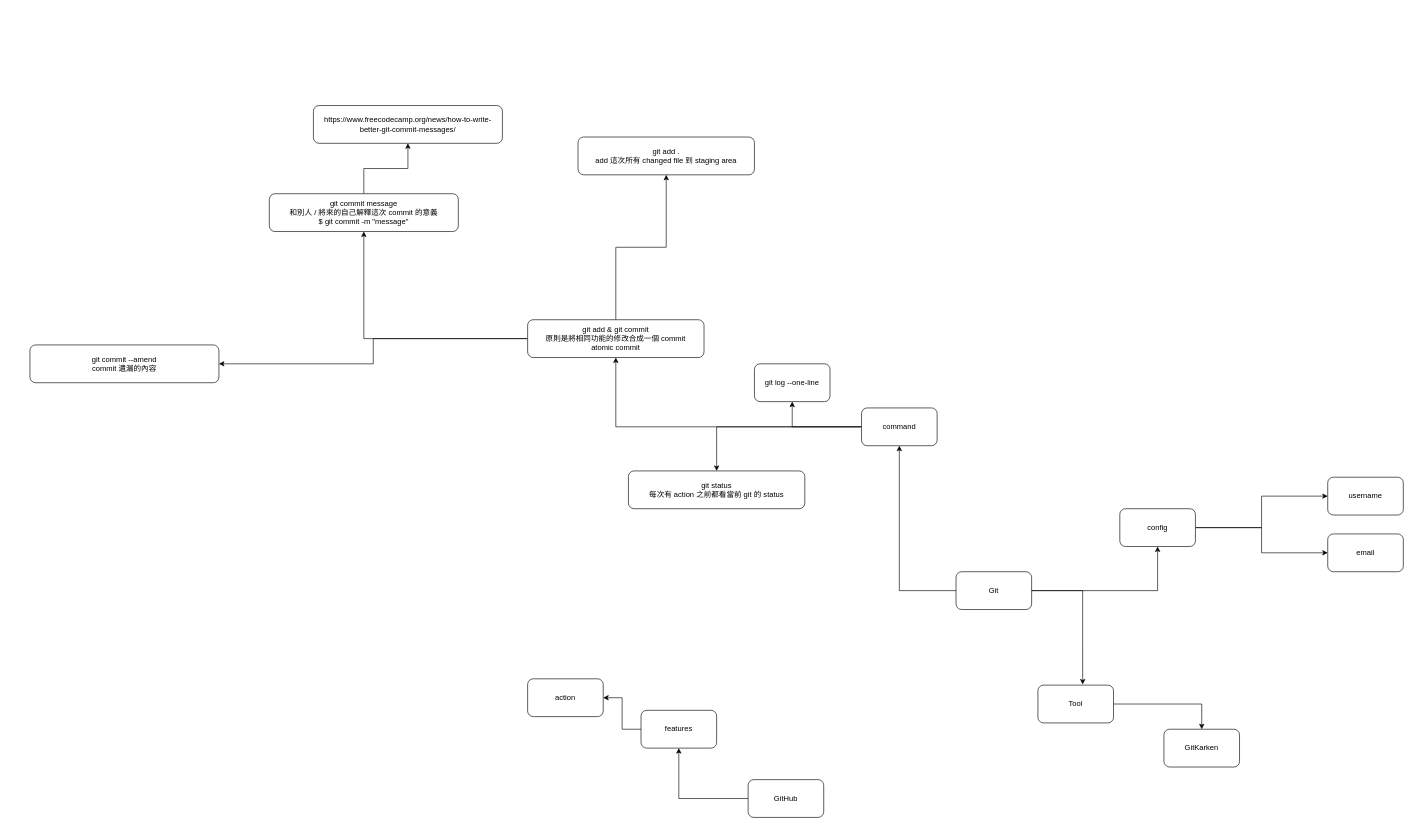
Before: master_git.drawio in Mini-Pingu/7950x_git, a draw.io diagram. Source tidied: cells renumbered, new cells numbered last; positions are measured from the earlier drawing's top-left corner, leaving out a move shared by most shapes. Both pictures are drawn from the tidied source at 63%, with x=0, y=0 at pixel (30, 105).
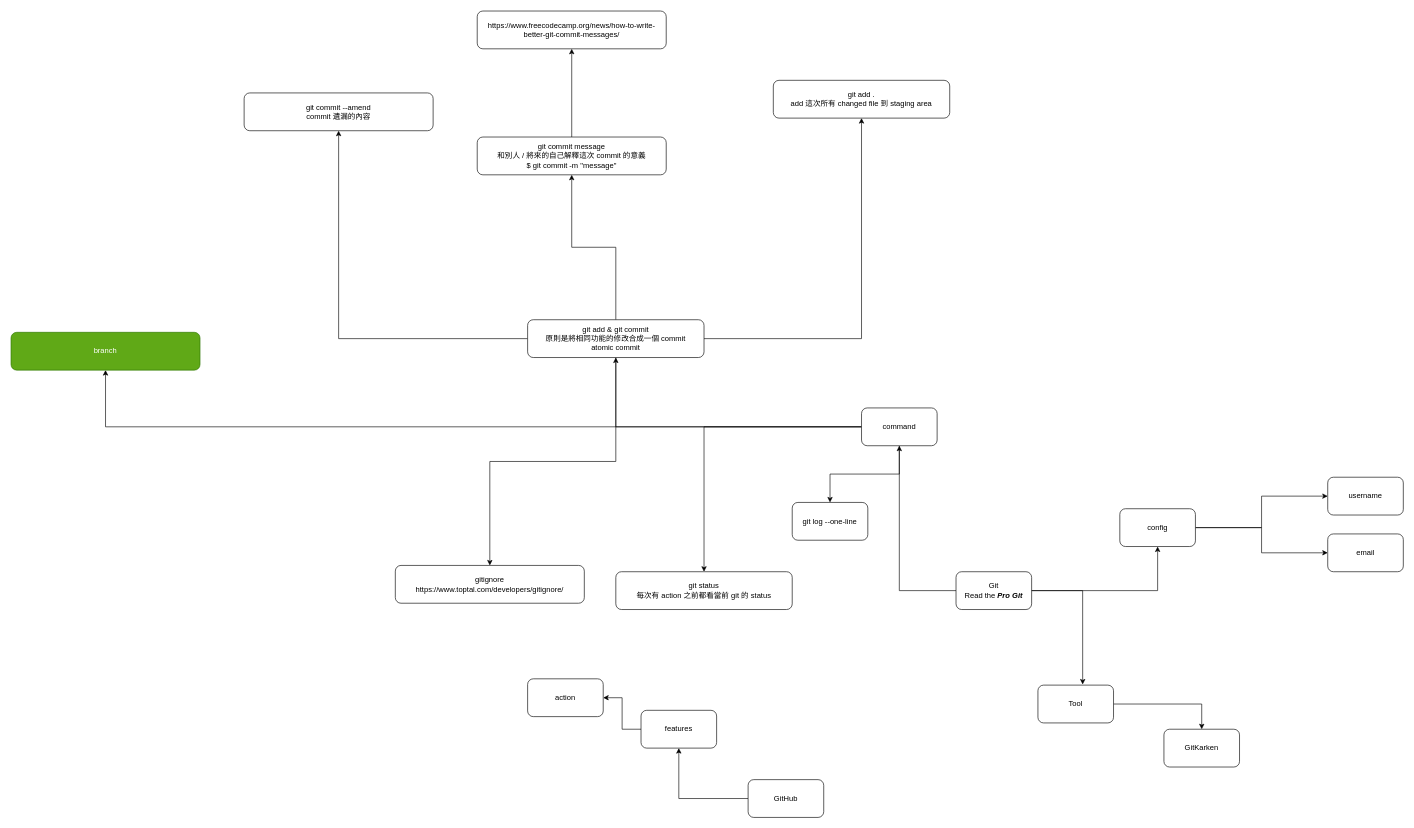
The same page after the edit.

The change refers to these unchanged cells:
```xml
<mxCell id="17" value="command" style="rounded=1;whiteSpace=wrap;html=1;" parent="1" vertex="1">
  <mxGeometry x="1320" y="480" width="120" height="60" as="geometry" />
</mxCell>
<mxCell id="28" value="git add &amp;amp; git commit&lt;br&gt;原則是將相同功能的修改合成一個 commit&lt;br&gt;atomic commit" style="rounded=1;whiteSpace=wrap;html=1;" parent="1" vertex="1">
  <mxGeometry x="790" y="340" width="280" height="60" as="geometry" />
</mxCell>
```

Change to the diagram source:
```diff
@@
-    <mxCell id="4" value="Git" style="rounded=1;whiteSpace=wrap;html=1;" parent="1" vertex="1">
+    <mxCell id="4" value="Git&lt;br&gt;Read the &lt;b&gt;&lt;i&gt;Pro Git&lt;/i&gt;&lt;/b&gt;" style="rounded=1;whiteSpace=wrap;html=1;" parent="1" vertex="1">
       <mxGeometry x="1470" y="740" width="120" height="60" as="geometry" />
     </mxCell>
@@
     <mxCell id="7" value="git log --one-line" style="rounded=1;whiteSpace=wrap;html=1;" parent="1" vertex="1">
-      <mxGeometry x="1150" y="410" width="120" height="60" as="geometry" />
+      <mxGeometry x="1210" y="630" width="120" height="60" as="geometry" />
     </mxCell>
@@
+    <mxCell id="34" style="edgeStyle=orthogonalEdgeStyle;rounded=0;jettySize=auto;html=1;" parent="1" edge="1" source="17" target="37">
+      <mxGeometry relative="1" as="geometry" />
+    </mxCell>
@@
     <mxCell id="24" value="git status&lt;br&gt;每次有 action 之前都看當前 git 的 status" style="rounded=1;whiteSpace=wrap;html=1;" parent="1" vertex="1">
-      <mxGeometry x="950" y="580" width="280" height="60" as="geometry" />
+      <mxGeometry x="930" y="740" width="280" height="60" as="geometry" />
     </mxCell>
@@
+    <mxCell id="35" style="edgeStyle=orthogonalEdgeStyle;rounded=0;jettySize=auto;html=1;" parent="1" edge="1" source="28" target="36">
+      <mxGeometry relative="1" as="geometry" />
+    </mxCell>
@@
     <mxCell id="30" value="git commit message&lt;br&gt;和別人 / 將來的自己解釋這次 commit 的意義&lt;br&gt;$ git commit -m &quot;message&quot;" style="rounded=1;whiteSpace=wrap;html=1;" parent="1" vertex="1">
-      <mxGeometry x="380" y="140" width="300" height="60" as="geometry" />
+      <mxGeometry x="710" y="50" width="300" height="60" as="geometry" />
     </mxCell>
     <mxCell id="31" value="git add .&lt;br&gt;add 這次所有 changed file 到 staging area" style="rounded=1;whiteSpace=wrap;html=1;" parent="1" vertex="1">
-      <mxGeometry x="870" y="50" width="280" height="60" as="geometry" />
+      <mxGeometry x="1180" y="-40" width="280" height="60" as="geometry" />
     </mxCell>
     <mxCell id="32" value="https://www.freecodecamp.org/news/how-to-write-better-git-commit-messages/" style="rounded=1;whiteSpace=wrap;html=1;" parent="1" vertex="1">
-      <mxGeometry x="450" width="300" height="60" as="geometry" />
+      <mxGeometry x="710" y="-150" width="300" height="60" as="geometry" />
     </mxCell>
     <mxCell id="33" value="git commit --amend&lt;br&gt;commit 遺漏的內容" style="rounded=1;whiteSpace=wrap;html=1;" parent="1" vertex="1">
-      <mxGeometry y="380" width="300" height="60" as="geometry" />
+      <mxGeometry x="340" y="-20" width="300" height="60" as="geometry" />
     </mxCell>
+    <mxCell id="36" value="gitignore&lt;br&gt;https://www.toptal.com/developers/gitignore/" style="rounded=1;whiteSpace=wrap;html=1;" parent="1" vertex="1">
+      <mxGeometry x="580" y="730" width="300" height="60" as="geometry" />
+    </mxCell>
+    <mxCell id="37" value="branch" style="rounded=1;whiteSpace=wrap;html=1;fillColor=#60a917;fontColor=#ffffff;strokeColor=#2D7600;" parent="1" vertex="1">
+      <mxGeometry x="-30" y="360" width="300" height="60" as="geometry" />
+    </mxCell>
```
